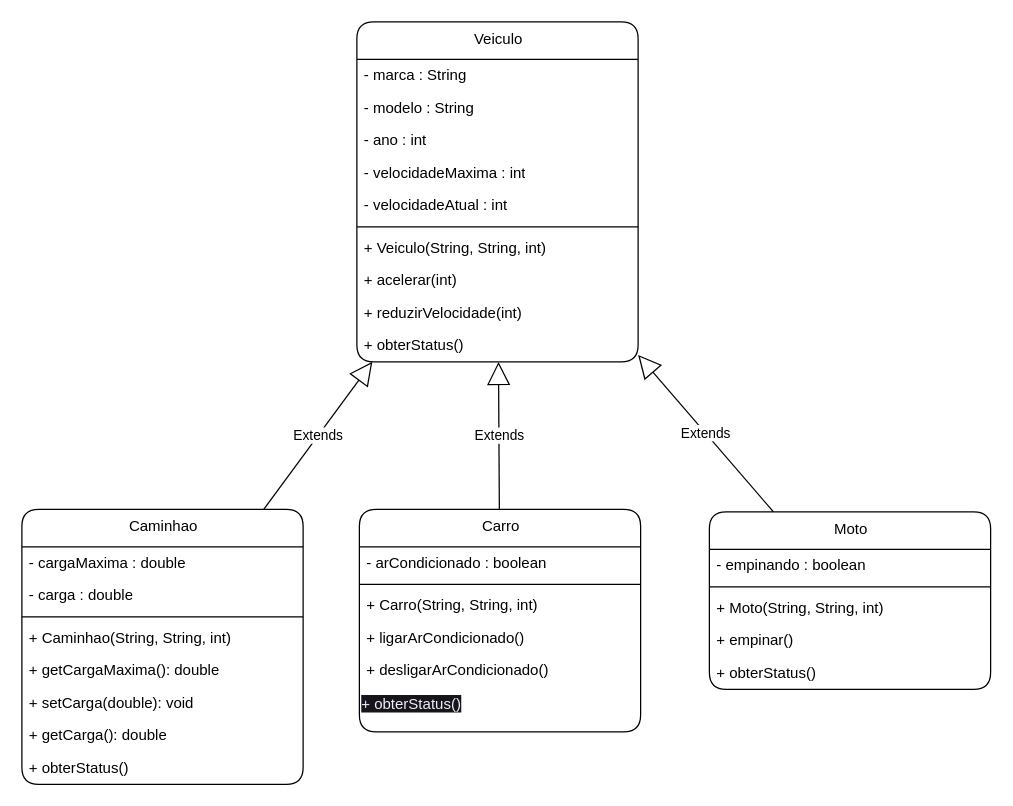
This is src/Diagrama/Diagrama de Classes.drawio from Blue260910/CP_02, a draw.io file, before an edit. Source tidied: cells renumbered, new cells numbered last; positions are measured from the earlier drawing's top-left corner, leaving out a move shared by most shapes. Both pictures are drawn from the tidied source at 125%, with x=0, y=0 at pixel (21, 21).
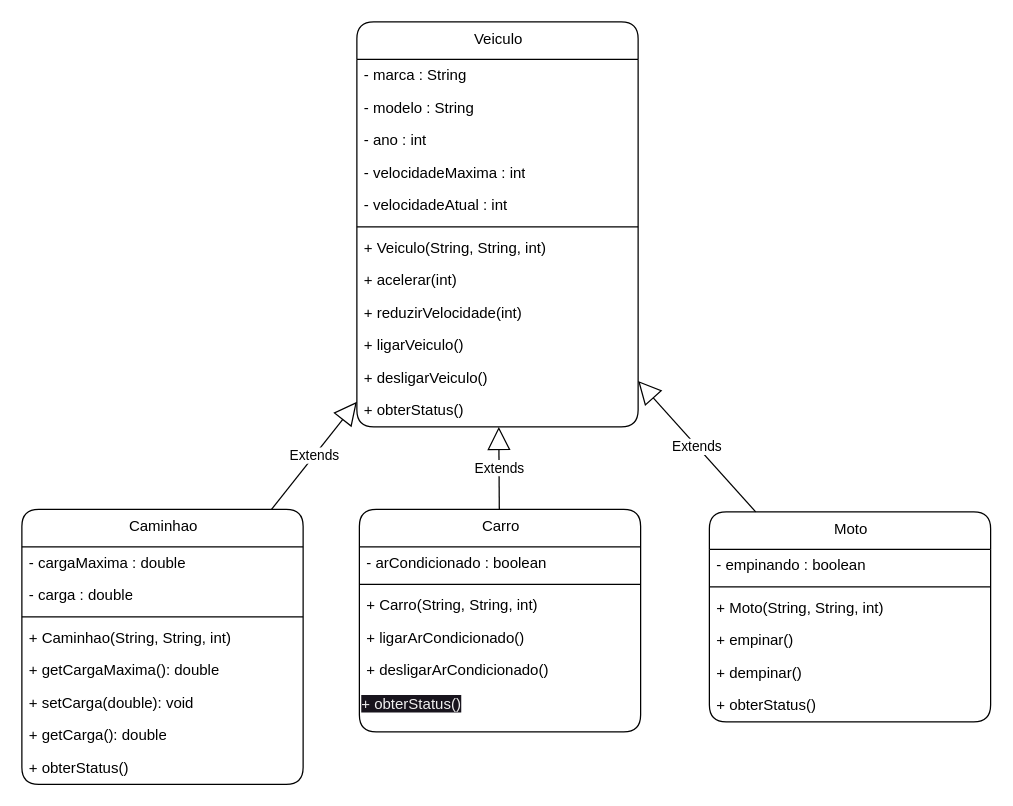
Above is the later version.

Change to the diagram source:
```diff
@@
     <mxCell id="18" value="Moto" style="swimlane;fontStyle=0;align=center;verticalAlign=top;horizontal=1;startSize=30;html=1;rounded=1;" parent="1" vertex="1">
-      <mxGeometry x="550" y="392" width="225" height="142" as="geometry" />
+      <mxGeometry x="550" y="392" width="225" height="168" as="geometry" />
     </mxCell>
@@
+    <mxCell id="38" value="+ dempinar()" style="text;html=1;strokeColor=none;fillColor=none;align=left;verticalAlign=middle;spacingLeft=4;spacingRight=4;overflow=hidden;rounded=1;" parent="18" vertex="1">
+      <mxGeometry y="116" width="225" height="26" as="geometry" />
+    </mxCell>
     <mxCell id="23" value="+ obterStatus()" style="text;html=1;strokeColor=none;fillColor=none;align=left;verticalAlign=middle;spacingLeft=4;spacingRight=4;overflow=hidden;rounded=1;" parent="18" vertex="1">
-      <mxGeometry y="116" width="225" height="26" as="geometry" />
+      <mxGeometry y="142" width="225" height="26" as="geometry" />
     </mxCell>
     <mxCell id="24" value="Veiculo" style="swimlane;fontStyle=0;align=center;verticalAlign=top;horizontal=1;startSize=30;html=1;rounded=1;" parent="1" vertex="1">
-      <mxGeometry x="268" width="225" height="272" as="geometry" />
+      <mxGeometry x="268" width="225" height="324" as="geometry" />
     </mxCell>
@@
+    <mxCell id="39" value="+ ligarVeiculo()" style="text;html=1;strokeColor=none;fillColor=none;align=left;verticalAlign=middle;spacingLeft=4;spacingRight=4;overflow=hidden;rounded=1;" parent="24" vertex="1">
+      <mxGeometry y="246" width="225" height="26" as="geometry" />
+    </mxCell>
+    <mxCell id="40" value="+ desligarVeiculo()" style="text;html=1;strokeColor=none;fillColor=none;align=left;verticalAlign=middle;spacingLeft=4;spacingRight=4;overflow=hidden;rounded=1;" parent="24" vertex="1">
+      <mxGeometry y="272" width="225" height="26" as="geometry" />
+    </mxCell>
     <mxCell id="34" value="+ obterStatus()" style="text;html=1;strokeColor=none;fillColor=none;align=left;verticalAlign=middle;spacingLeft=4;spacingRight=4;overflow=hidden;rounded=1;" parent="24" vertex="1">
-      <mxGeometry y="246" width="225" height="26" as="geometry" />
+      <mxGeometry y="298" width="225" height="26" as="geometry" />
     </mxCell>
```
